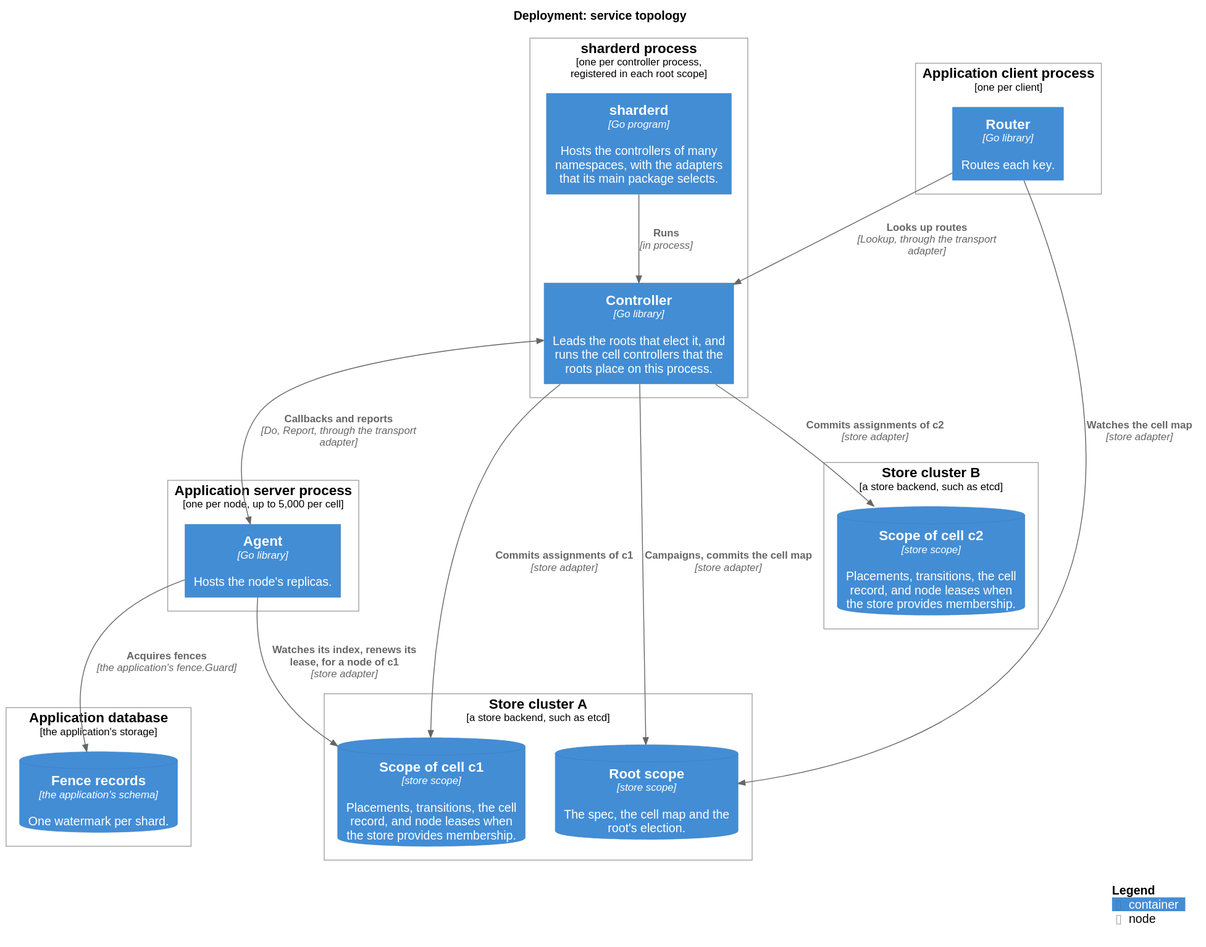
Earlier version of the PlantUML export docs/c4/deployment/service.svg (thesm-os/sharder). The source it was exported from:
```plantuml
@startuml
!include ../c4.iuml
!include <C4/C4_Deployment>

title Deployment: service topology

Deployment_Node(controllers, "sharderd process", "one per controller process, registered in each root scope") {
    Container(sharderd, "sharderd", "Go program", "Hosts the controllers of many namespaces, with the adapters that its main package selects.")
    Container(controller, "Controller", "Go library", "Leads the roots that elect it, and runs the cell controllers that the roots place on this process.")
}

Deployment_Node(servers, "Application server process", "one per node, up to 5,000 per cell") {
    Container(agent, "Agent", "Go library", "Hosts the node's replicas.")
}

Deployment_Node(clients, "Application client process", "one per client") {
    Container(router, "Router", "Go library", "Routes each key.")
}

Deployment_Node(storea, "Store cluster A", "a store backend, such as etcd") {
    ContainerDb(root, "Root scope", "store scope", "The spec, the cell map and the root's election.")
    ContainerDb(cell1, "Scope of cell c1", "store scope", "Placements, transitions, the cell record, and node leases when the store provides membership.")
}

Deployment_Node(storeb, "Store cluster B", "a store backend, such as etcd") {
    ContainerDb(cell2, "Scope of cell c2", "store scope", "Placements, transitions, the cell record, and node leases when the store provides membership.")
}

Deployment_Node(database, "Application database", "the application's storage") {
    ContainerDb(fences, "Fence records", "the application's schema", "One watermark per shard.")
}

Rel(sharderd, controller, "Runs", "in process")
BiRel(controller, agent, "Callbacks and reports", "Do, Report, through the transport adapter")
Rel(router, controller, "Looks up routes", "Lookup, through the transport adapter")
Rel(controller, root, "Campaigns, commits the cell map", "store adapter")
Rel(controller, cell1, "Commits assignments of c1", "store adapter")
Rel(controller, cell2, "Commits assignments of c2", "store adapter")
Rel(agent, cell1, "Watches its index, renews its lease, for a node of c1", "store adapter")
Rel(router, root, "Watches the cell map", "store adapter")
Rel(agent, fences, "Acquires fences", "the application's fence.Guard")

SHOW_LEGEND()
@enduml
```
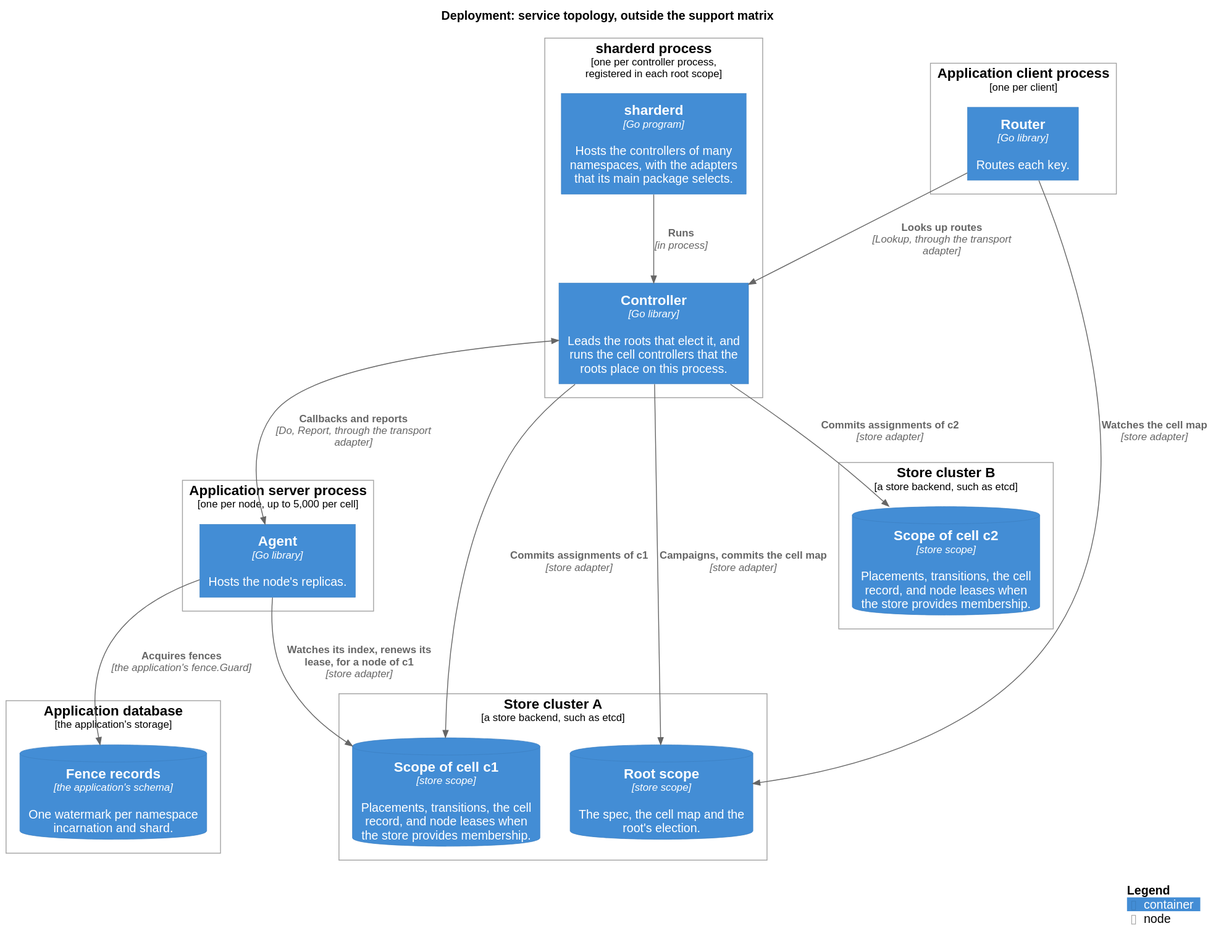
Later version of the same file.

Change to the diagram source:
```diff
@@ -2,7 +2,7 @@
 !include ../c4.iuml
 !include <C4/C4_Deployment>
 
-title Deployment: service topology
+title Deployment: service topology, outside the support matrix
 
 Deployment_Node(controllers, "sharderd process", "one per controller process, registered in each root scope") {
     Container(sharderd, "sharderd", "Go program", "Hosts the controllers of many namespaces, with the adapters that its main package selects.")
@@ -27,7 +27,7 @@
 }
 
 Deployment_Node(database, "Application database", "the application's storage") {
-    ContainerDb(fences, "Fence records", "the application's schema", "One watermark per shard.")
+    ContainerDb(fences, "Fence records", "the application's schema", "One watermark per namespace incarnation and shard.")
 }
 
 Rel(sharderd, controller, "Runs", "in process")
```
